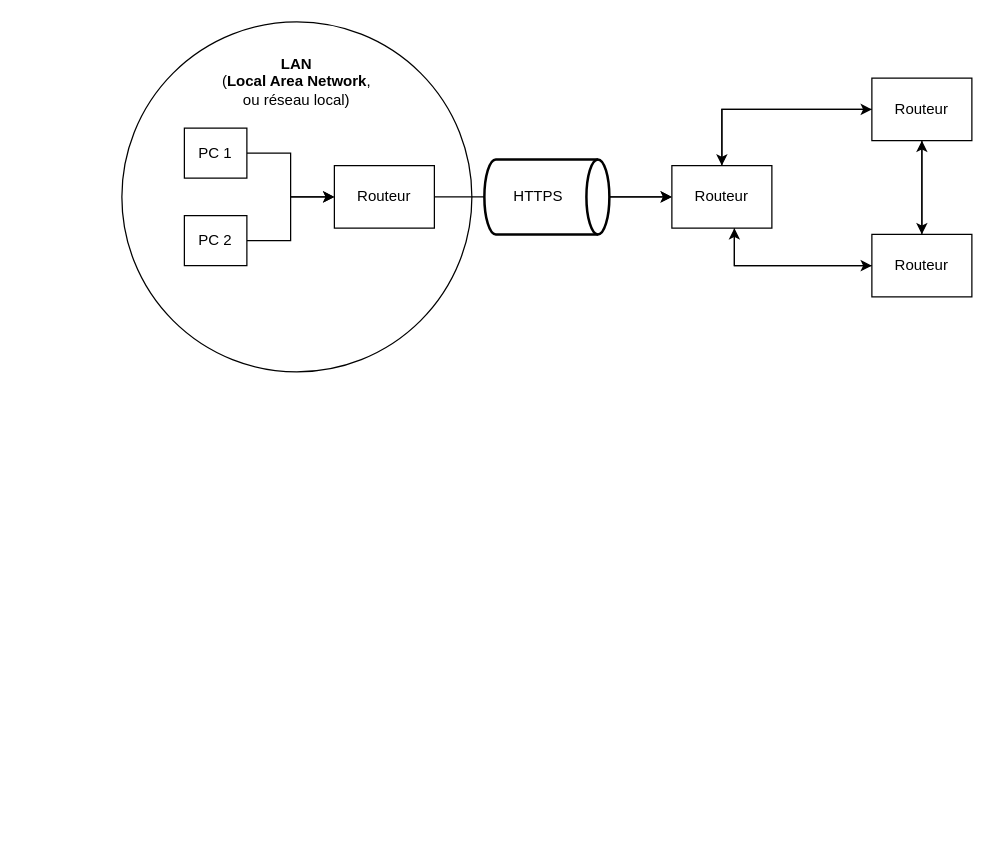
MasterLaplace/Projet_NSI-SON keeps this draw.io diagram as Security.drawio. Above is the earlier version. Source tidied: cells renumbered, new cells numbered last; positions are measured from the earlier drawing's top-left corner, leaving out a move shared by most shapes. Both pictures are drawn from the tidied source at 125%, with x=0, y=0 at pixel (121, 21).
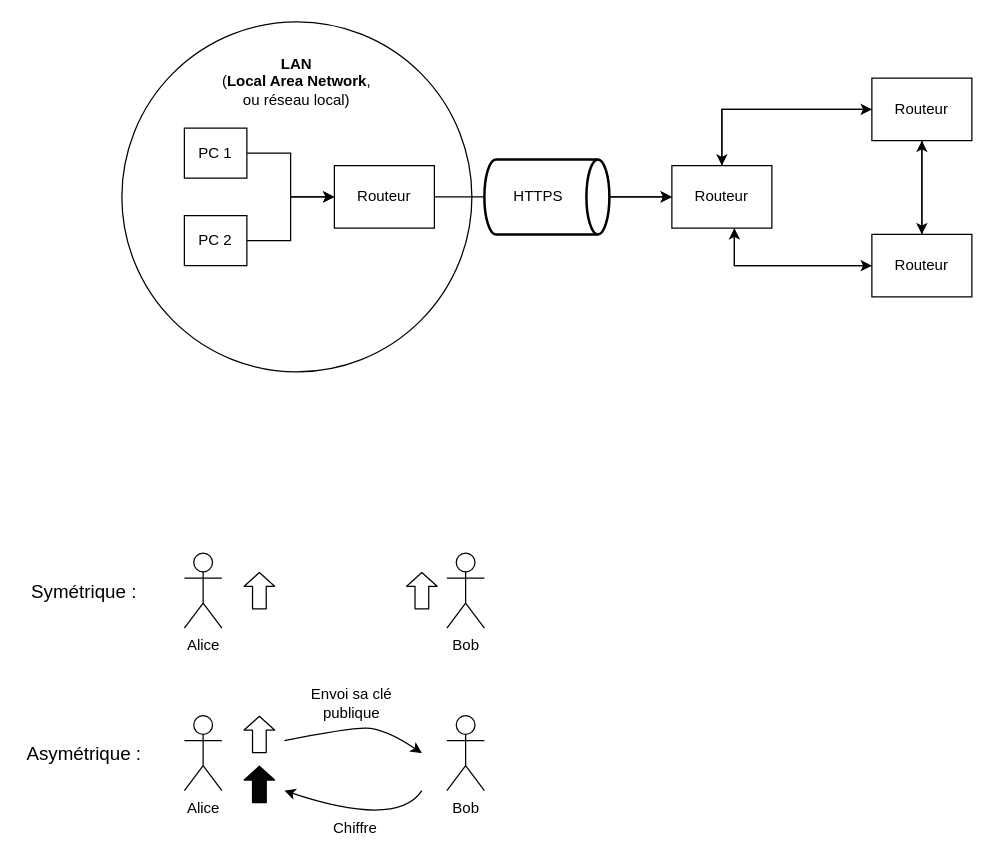
After the change.

Diff of the diagram source:
```diff
@@
+    <mxCell id="21" value="Alice" style="shape=umlActor;verticalLabelPosition=bottom;verticalAlign=top;html=1;" parent="1" vertex="1">
+      <mxGeometry x="50" y="425" width="30" height="60" as="geometry" />
+    </mxCell>
+    <mxCell id="22" value="Bob" style="shape=umlActor;verticalLabelPosition=bottom;verticalAlign=top;html=1;" parent="1" vertex="1">
+      <mxGeometry x="260" y="425" width="30" height="60" as="geometry" />
+    </mxCell>
+    <mxCell id="23" value="&lt;font style=&quot;font-size: 15px&quot;&gt;Symétrique :&lt;/font&gt;" style="text;html=1;strokeColor=none;fillColor=none;align=center;verticalAlign=middle;whiteSpace=wrap;rounded=0;" parent="1" vertex="1">
+      <mxGeometry x="-80" y="445" width="100" height="20" as="geometry" />
+    </mxCell>
+    <mxCell id="24" style="shape=flexArrow;endArrow=classic;html=1;width=10.952380952380953;endSize=3.333333333333333;endWidth=12.403628117913831;" parent="1" edge="1">
+      <mxGeometry relative="1" as="geometry">
+        <mxPoint x="110" y="470" as="sourcePoint" />
+        <mxPoint x="110" y="440" as="targetPoint" />
+      </mxGeometry>
+    </mxCell>
+    <mxCell id="25" style="shape=flexArrow;endArrow=classic;html=1;width=10.952380952380953;endSize=3.333333333333333;endWidth=12.403628117913831;" parent="1" edge="1">
+      <mxGeometry relative="1" as="geometry">
+        <mxPoint x="240" y="470" as="sourcePoint" />
+        <mxPoint x="240" y="440" as="targetPoint" />
+      </mxGeometry>
+    </mxCell>
+    <mxCell id="26" value="Alice" style="shape=umlActor;verticalLabelPosition=bottom;verticalAlign=top;html=1;" parent="1" vertex="1">
+      <mxGeometry x="50" y="555" width="30" height="60" as="geometry" />
+    </mxCell>
+    <mxCell id="27" value="Bob" style="shape=umlActor;verticalLabelPosition=bottom;verticalAlign=top;html=1;" parent="1" vertex="1">
+      <mxGeometry x="260" y="555" width="30" height="60" as="geometry" />
+    </mxCell>
+    <mxCell id="28" value="&lt;font style=&quot;font-size: 15px&quot;&gt;Asymétrique :&lt;/font&gt;" style="text;html=1;strokeColor=none;fillColor=none;align=center;verticalAlign=middle;whiteSpace=wrap;rounded=0;" parent="1" vertex="1">
+      <mxGeometry x="-80" y="575" width="100" height="20" as="geometry" />
+    </mxCell>
+    <mxCell id="29" style="shape=flexArrow;endArrow=classic;html=1;width=10.952380952380953;endSize=3.333333333333333;endWidth=12.403628117913831;" parent="1" edge="1">
+      <mxGeometry relative="1" as="geometry">
+        <mxPoint x="110" y="585" as="sourcePoint" />
+        <mxPoint x="110" y="555" as="targetPoint" />
+      </mxGeometry>
+    </mxCell>
+    <mxCell id="30" style="shape=flexArrow;endArrow=classic;html=1;width=10.952380952380953;endSize=3.333333333333333;endWidth=12.403628117913831;fillColor=#050505;" parent="1" edge="1">
+      <mxGeometry relative="1" as="geometry">
+        <mxPoint x="110" y="625" as="sourcePoint" />
+        <mxPoint x="110" y="595" as="targetPoint" />
+      </mxGeometry>
+    </mxCell>
+    <mxCell id="31" style="curved=1;endArrow=classic;html=1;fillColor=#050505;" parent="1" edge="1">
+      <mxGeometry relative="1" as="geometry">
+        <mxPoint x="130" y="575" as="sourcePoint" />
+        <mxPoint x="240" y="585" as="targetPoint" />
+        <Array as="points">
+          <mxPoint x="180" y="565" />
+          <mxPoint x="210" y="565" />
+        </Array>
+      </mxGeometry>
+    </mxCell>
+    <mxCell id="32" value="Envoi sa clé publique" style="text;html=1;strokeColor=none;fillColor=none;align=center;verticalAlign=middle;whiteSpace=wrap;rounded=0;" parent="1" vertex="1">
+      <mxGeometry x="129" y="535" width="110" height="20" as="geometry" />
+    </mxCell>
+    <mxCell id="33" value="Chiffre" style="text;html=1;strokeColor=none;fillColor=none;align=center;verticalAlign=middle;whiteSpace=wrap;rounded=0;" parent="1" vertex="1">
+      <mxGeometry x="166.9" y="635" width="40" height="20" as="geometry" />
+    </mxCell>
+    <mxCell id="34" style="curved=1;endArrow=classic;html=1;fillColor=#050505;" parent="1" edge="1">
+      <mxGeometry relative="1" as="geometry">
+        <mxPoint x="240" y="615" as="sourcePoint" />
+        <mxPoint x="130" y="615" as="targetPoint" />
+        <Array as="points">
+          <mxPoint x="220" y="645" />
+        </Array>
+      </mxGeometry>
+    </mxCell>
```
